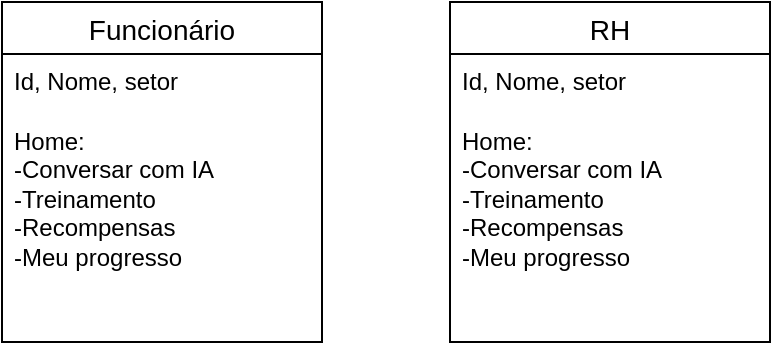
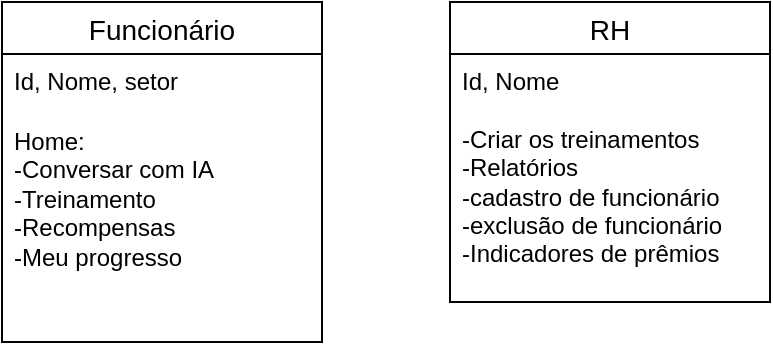
<mxfile host="app.diagrams.net">
  <diagram name="Página-1" id="Olnqo0z5X7HrJRJVDCDp">
-     <mxGraphModel dx="730" dy="647" grid="1" gridSize="10" guides="1" tooltips="1" connect="1" arrows="1" fold="1" page="1" pageScale="1" pageWidth="827" pageHeight="1169" math="0" shadow="0">
+     <mxGraphModel dx="1094" dy="647" grid="1" gridSize="10" guides="1" tooltips="1" connect="1" arrows="1" fold="1" page="1" pageScale="1" pageWidth="827" pageHeight="1169" math="0" shadow="0">
      <root>
        <mxCell id="0" />
        <mxCell id="1" parent="0" />
        <mxCell id="BrtYY052EfEOkjj2CXpA-1" parent="1" style="swimlane;fontStyle=0;childLayout=stackLayout;horizontal=1;startSize=26;horizontalStack=0;resizeParent=1;resizeParentMax=0;resizeLast=0;collapsible=1;marginBottom=0;align=center;fontSize=14;" value="Funcionário" vertex="1">
          <mxGeometry height="170" width="160" x="30" y="130" as="geometry" />
        </mxCell>
        <mxCell id="BrtYY052EfEOkjj2CXpA-2" parent="BrtYY052EfEOkjj2CXpA-1" style="text;strokeColor=none;fillColor=none;spacingLeft=4;spacingRight=4;overflow=hidden;rotatable=0;points=[[0,0.5],[1,0.5]];portConstraint=eastwest;fontSize=12;whiteSpace=wrap;html=1;" value="Id, Nome, setor&amp;nbsp;" vertex="1">
          <mxGeometry height="30" width="160" y="26" as="geometry" />
        </mxCell>
        <mxCell id="BrtYY052EfEOkjj2CXpA-3" parent="BrtYY052EfEOkjj2CXpA-1" style="text;strokeColor=none;fillColor=none;spacingLeft=4;spacingRight=4;overflow=hidden;rotatable=0;points=[[0,0.5],[1,0.5]];portConstraint=eastwest;fontSize=12;whiteSpace=wrap;html=1;" value="Home:&lt;br&gt;-Conversar com IA&lt;br&gt;-Treinamento&lt;br&gt;-Recompensas&lt;br&gt;-Meu progresso" vertex="1">
          <mxGeometry height="114" width="160" y="56" as="geometry" />
        </mxCell>
        <mxCell id="BrtYY052EfEOkjj2CXpA-5" parent="1" style="swimlane;fontStyle=0;childLayout=stackLayout;horizontal=1;startSize=26;horizontalStack=0;resizeParent=1;resizeParentMax=0;resizeLast=0;collapsible=1;marginBottom=0;align=center;fontSize=14;" value="RH" vertex="1">
-           <mxGeometry height="170" width="160" x="254" y="130" as="geometry" />
+           <mxGeometry height="150" width="160" x="254" y="130" as="geometry" />
        </mxCell>
-         <mxCell id="BrtYY052EfEOkjj2CXpA-6" parent="BrtYY052EfEOkjj2CXpA-5" style="text;strokeColor=none;fillColor=none;spacingLeft=4;spacingRight=4;overflow=hidden;rotatable=0;points=[[0,0.5],[1,0.5]];portConstraint=eastwest;fontSize=12;whiteSpace=wrap;html=1;" value="Id, Nome, setor&amp;nbsp;" vertex="1">
-           <mxGeometry height="30" width="160" y="26" as="geometry" />
-         </mxCell>
-         <mxCell id="BrtYY052EfEOkjj2CXpA-7" parent="BrtYY052EfEOkjj2CXpA-5" style="text;strokeColor=none;fillColor=none;spacingLeft=4;spacingRight=4;overflow=hidden;rotatable=0;points=[[0,0.5],[1,0.5]];portConstraint=eastwest;fontSize=12;whiteSpace=wrap;html=1;" value="Home:&lt;br&gt;-Conversar com IA&lt;br&gt;-Treinamento&lt;br&gt;-Recompensas&lt;br&gt;-Meu progresso" vertex="1">
-           <mxGeometry height="114" width="160" y="56" as="geometry" />
+         <mxCell id="BrtYY052EfEOkjj2CXpA-6" parent="BrtYY052EfEOkjj2CXpA-5" style="text;strokeColor=none;fillColor=none;spacingLeft=4;spacingRight=4;overflow=hidden;rotatable=0;points=[[0,0.5],[1,0.5]];portConstraint=eastwest;fontSize=12;whiteSpace=wrap;html=1;" value="Id, Nome&lt;div&gt;&lt;br&gt;-Criar os treinamentos&lt;br&gt;-Relatórios&lt;br&gt;-cadastro de funcionário&lt;br&gt;-exclusão de funcionário&lt;br&gt;-Indicadores de prêmios&lt;/div&gt;" vertex="1">
+           <mxGeometry height="124" width="160" y="26" as="geometry" />
        </mxCell>
      </root>
    </mxGraphModel>
  </diagram>
</mxfile>
